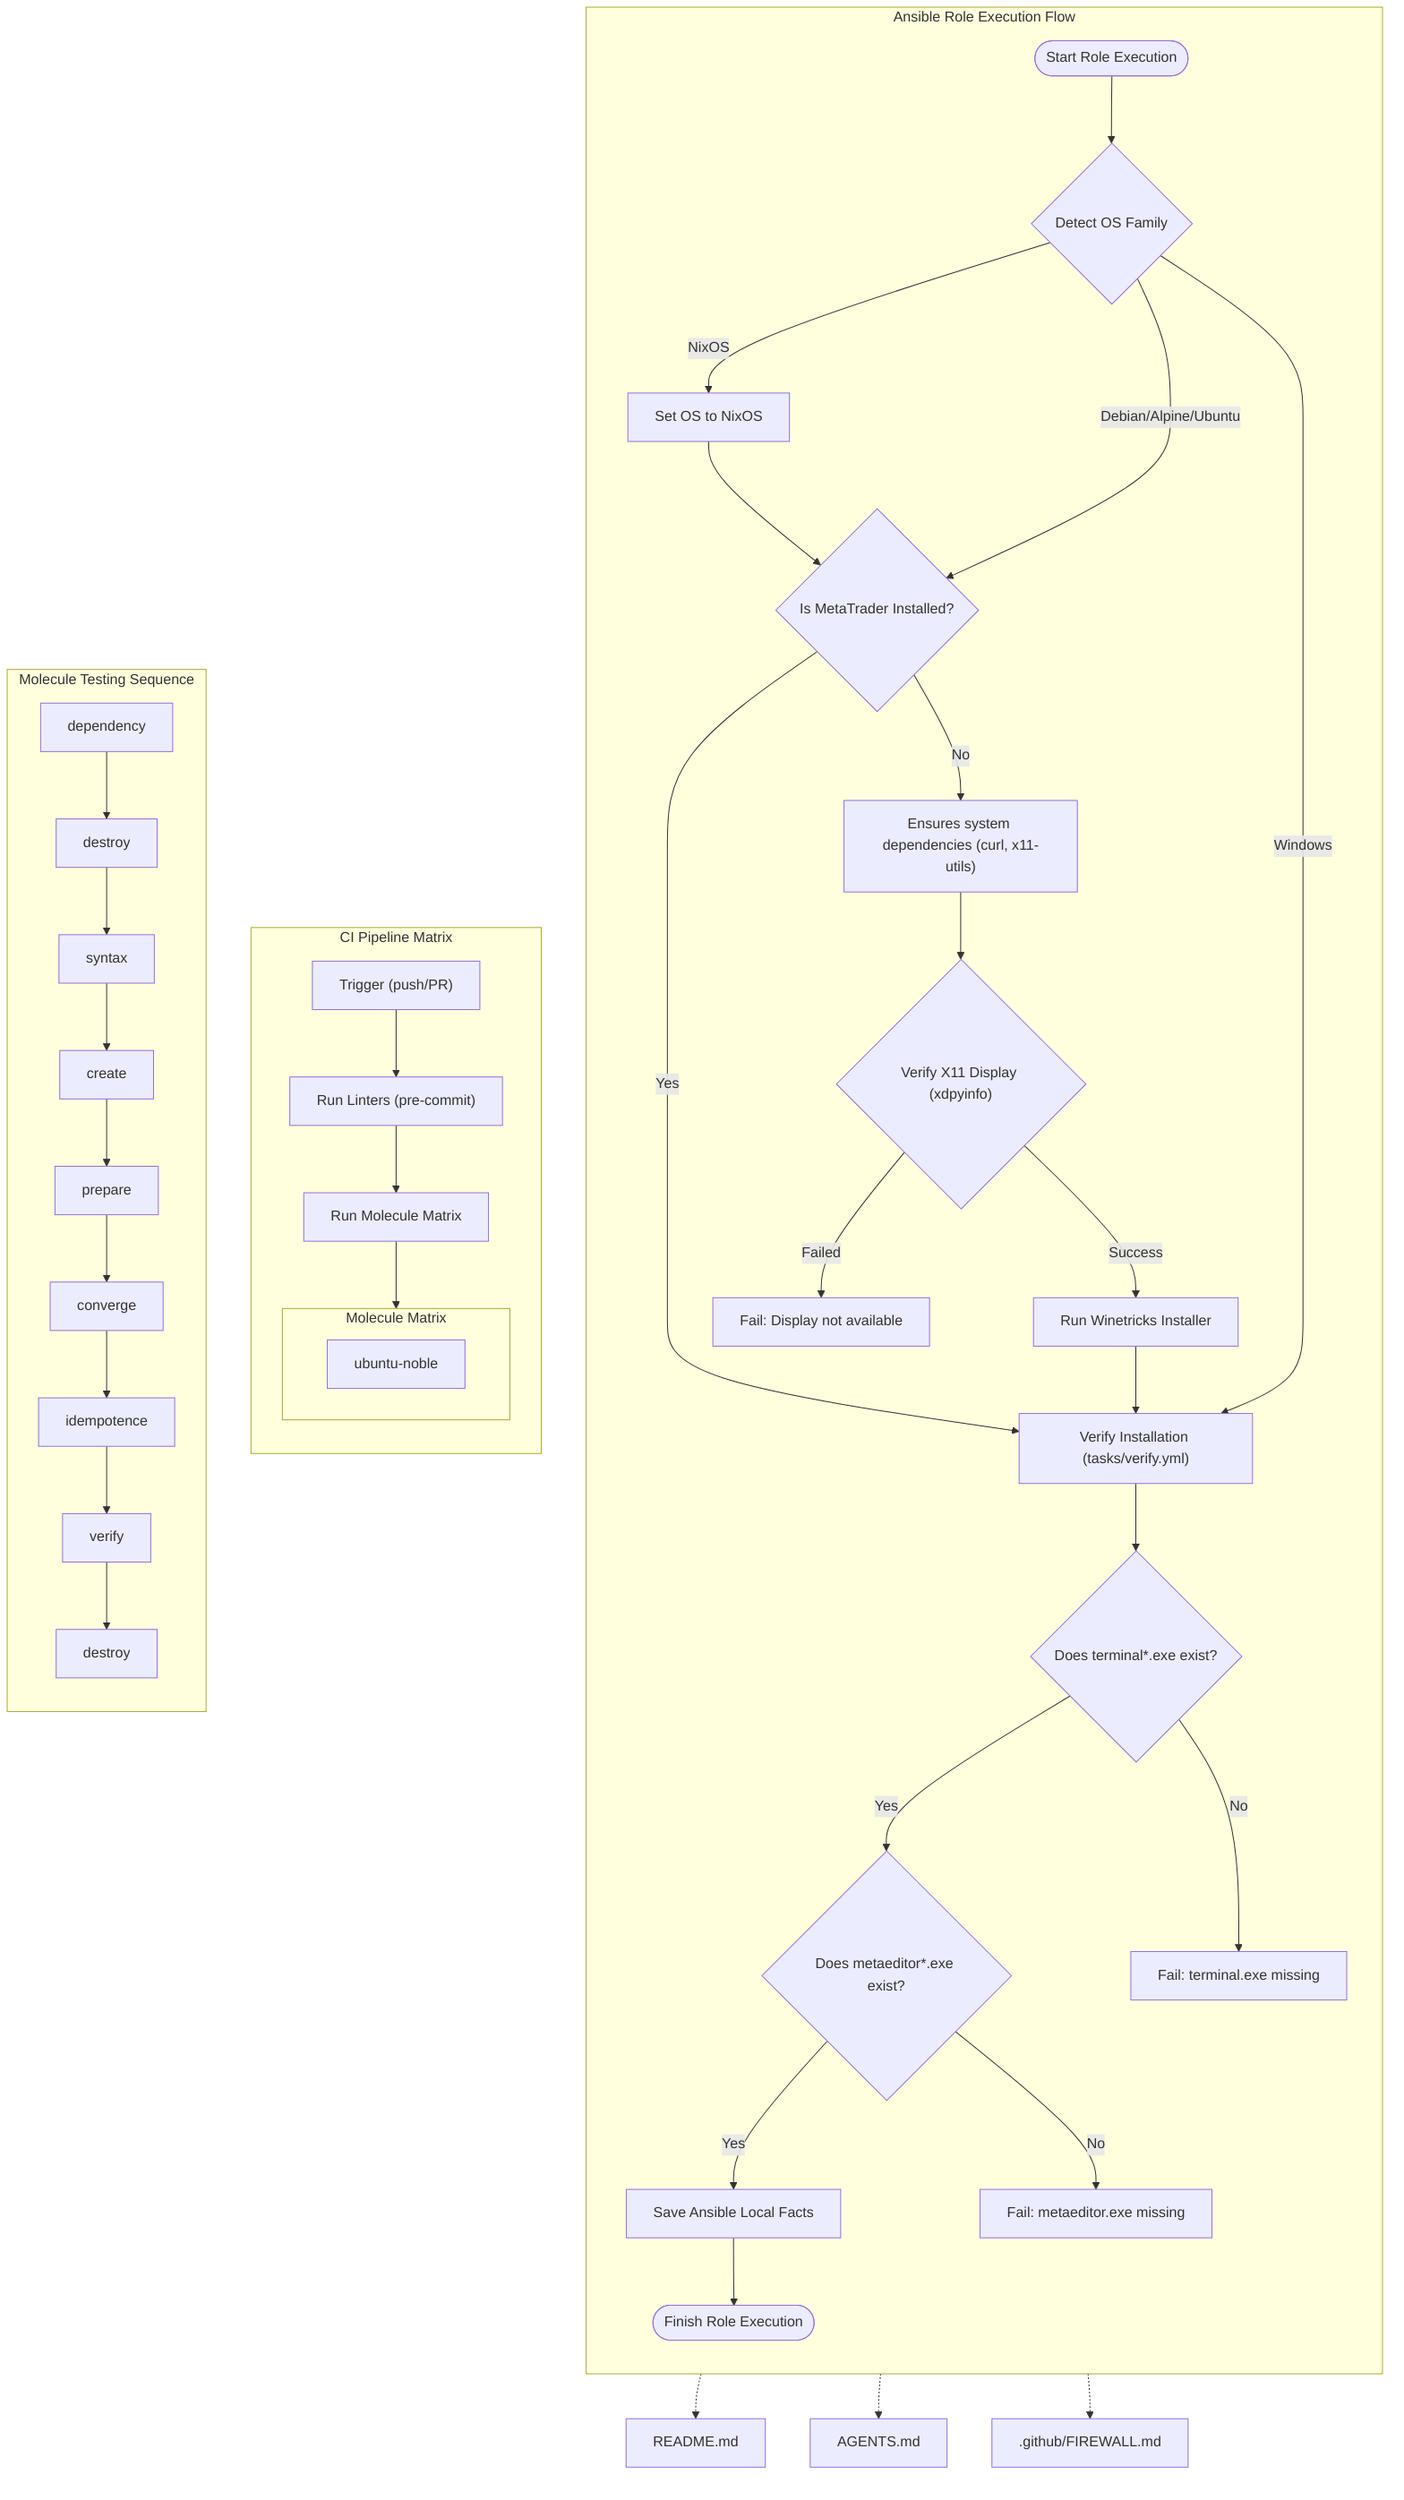
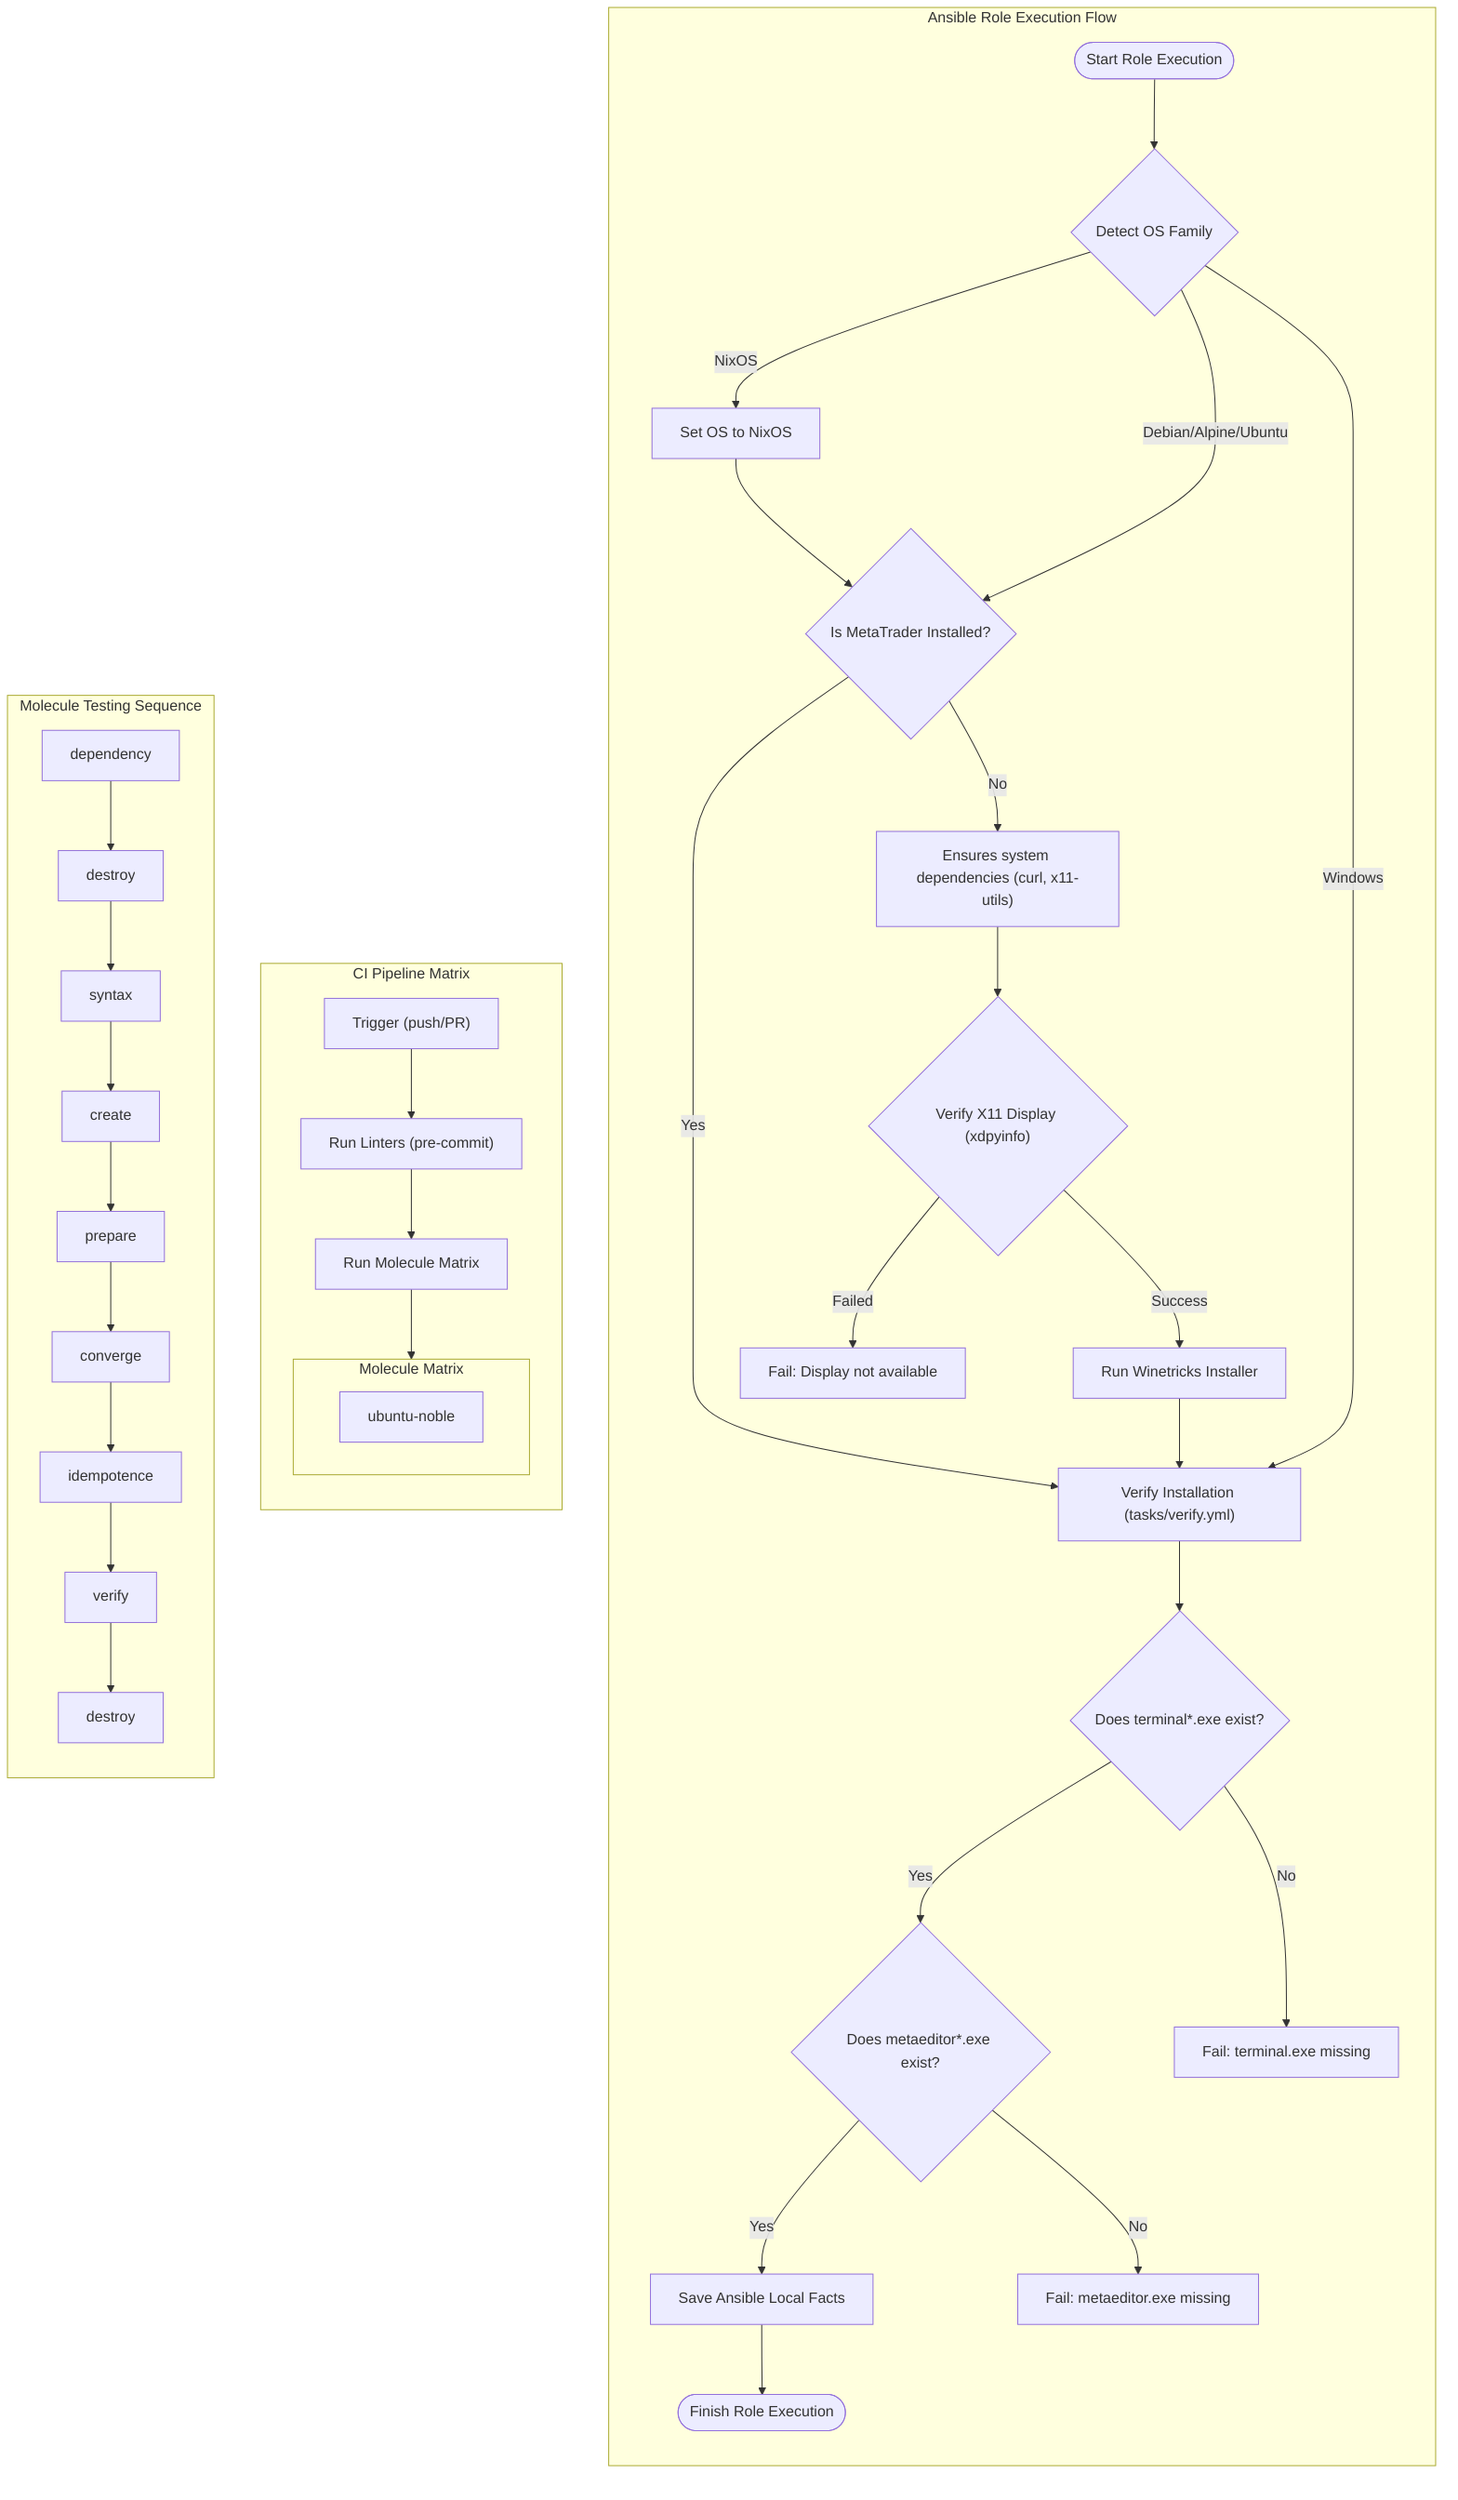
flowchart TD
    subgraph Ansible_Role_Execution [Ansible Role Execution Flow]
        direction TB
        A([Start Role Execution]) --> B{"Detect OS Family"}

        B -->|NixOS| C["Set OS to NixOS"]
        B -->|Debian/Alpine/Ubuntu| D{"Is MetaTrader Installed?"}
        B -->|Windows| H["Verify Installation (tasks/verify.yml)"]

        C --> D

        D -->|Yes| H
        D -->|No| E["Ensures system dependencies (curl, x11-utils)"]
        E --> F{"Verify X11 Display (xdpyinfo)"}

        F -->|Failed| F_ERR["Fail: Display not available"]
        F -->|Success| G["Run Winetricks Installer"]

        G --> H["Verify Installation (tasks/verify.yml)"]

        H --> I{"Does terminal*.exe exist?"}
        I -->|Yes| J{"Does metaeditor*.exe exist?"}
        I -->|No| I_ERR["Fail: terminal.exe missing"]

        J -->|Yes| K["Save Ansible Local Facts"]
        J -->|No| J_ERR["Fail: metaeditor.exe missing"]

        K --> L([Finish Role Execution])
    end

    subgraph CI_Pipeline [CI Pipeline Matrix]
        direction TB
        CI1["Trigger (push/PR)"] --> CI2["Run Linters (pre-commit)"]
        CI2 --> CI3["Run Molecule Matrix"]
        subgraph Molecule_Matrix [Molecule Matrix]
            direction LR
            CI4["ubuntu-noble"]
        end
        CI3 --> Molecule_Matrix
    end

    subgraph Molecule_Testing_Flow [Molecule Testing Sequence]
        direction TB
        M1["dependency"] --> M2["destroy"]
        M2 --> M3["syntax"]
        M3 --> M4["create"]
        M4 --> M5["prepare"]
        M5 --> M6["converge"]
        M6 --> M7["idempotence"]
        M7 --> M8["verify"]
        M8 --> M9["destroy"]
    end
- 
-     %% References to documentation
-     R_README[README.md]
-     R_AGENTS[AGENTS.md]
-     R_FIREWALL[.github/FIREWALL.md]
- 
-     %% Wiring flow to documentation
-     A -.-> R_README
-     A -.-> R_AGENTS
-     F_ERR -.-> R_FIREWALL
- 
-     %% Click actions for interactive navigation
-     click R_README "README.md"
-     click R_AGENTS "AGENTS.md"
-     click R_FIREWALL ".github/FIREWALL.md"
